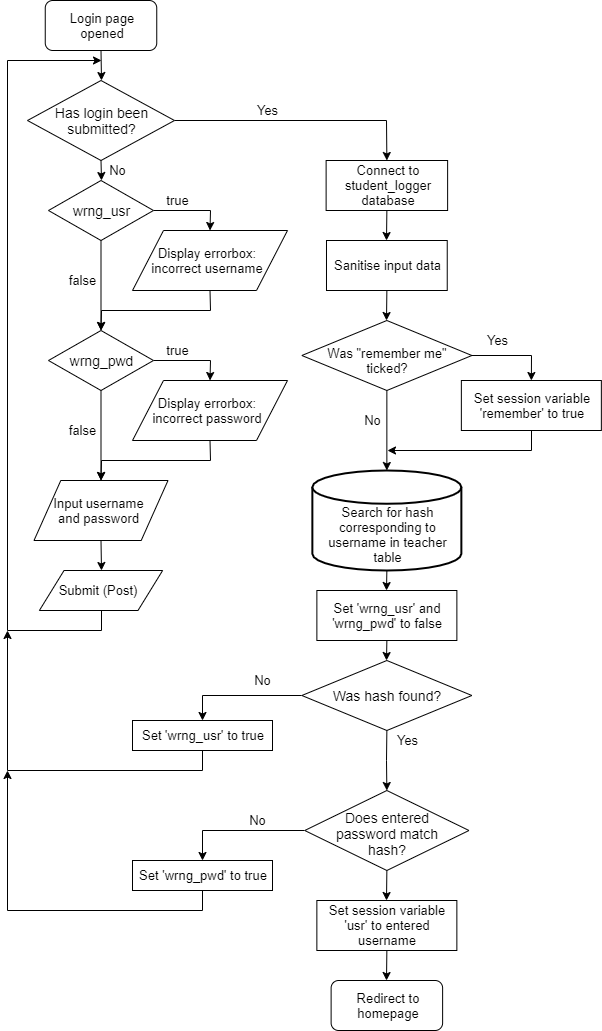
Before: diagrams/algorithms/images/Login Algorithm.png, a diagram exported from draw.io (SheriffEllis/StudentLogger). Source tidied: cells renumbered, new cells last; positions are measured from the earlier drawing's top-left corner, leaving out a move shared by most shapes.
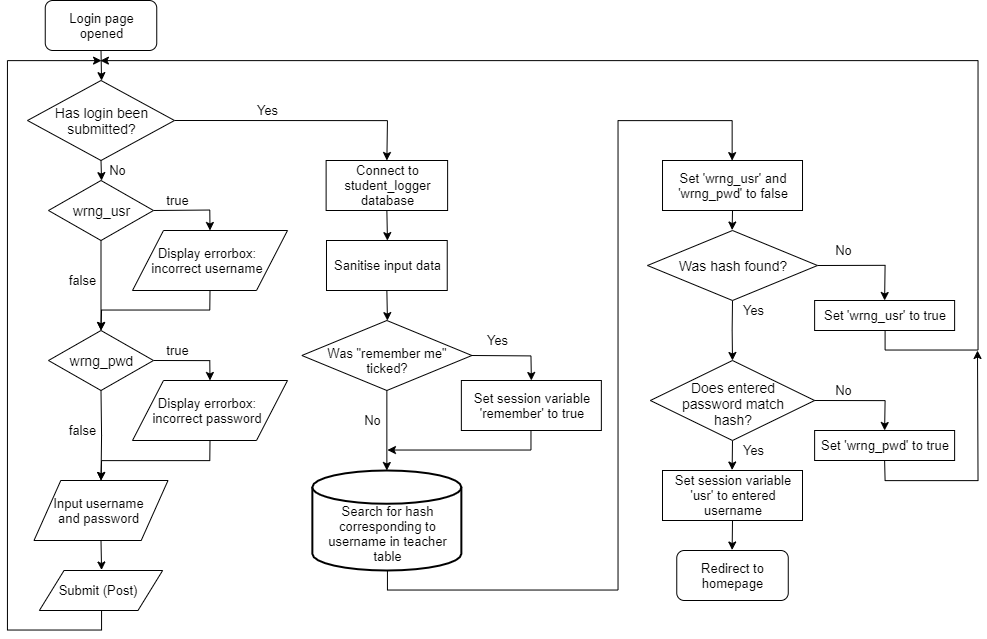
After the commit.

Commit message:
Adjusted login flowchart.

The edit, as a diff of the source:
```diff
@@ -55,8 +55,15 @@
     <mxCell id="17" value="Yes" style="text;html=1;align=center;verticalAlign=middle;fontSize=13;" parent="1" vertex="1">
       <mxGeometry x="470.1" y="330" width="40" height="20" as="geometry" />
     </mxCell>
-    <mxCell id="18" style="edgeStyle=orthogonalEdgeStyle;rounded=0;jettySize=auto;html=1;exitX=0.5;exitY=1;exitDx=0;exitDy=0;exitPerimeter=0;entryX=0.5;entryY=0;entryDx=0;entryDy=0;fontSize=13;" parent="1" edge="1" source="19" target="43">
-      <mxGeometry relative="1" as="geometry" />
+    <mxCell id="18" style="edgeStyle=orthogonalEdgeStyle;rounded=0;jettySize=auto;html=1;exitX=0.5;exitY=1;exitDx=0;exitDy=0;exitPerimeter=0;fontSize=13;entryX=0.5;entryY=0;entryDx=0;entryDy=0;" parent="1" edge="1" source="19" target="43">
+      <mxGeometry relative="1" as="geometry">
+        <Array as="points">
+          <mxPoint x="380" y="590" />
+          <mxPoint x="611" y="590" />
+          <mxPoint x="611" y="120" />
+          <mxPoint x="725" y="120" />
+        </Array>
+      </mxGeometry>
     </mxCell>
     <mxCell id="19" value="Search for hash corresponding to username in teacher table" style="strokeWidth=2;html=1;shape=mxgraph.flowchart.database;whiteSpace=wrap;fontSize=13;spacingTop=27;" parent="1" vertex="1">
       <mxGeometry x="304.9" y="470" width="149" height="100" as="geometry" />
@@ -64,57 +71,63 @@
     <mxCell id="20" style="edgeStyle=orthogonalEdgeStyle;rounded=0;jettySize=auto;html=1;exitX=0.5;exitY=1;exitDx=0;exitDy=0;entryX=0.5;entryY=0;entryDx=0;entryDy=0;fontSize=13;" parent="1" edge="1" source="22" target="29">
       <mxGeometry relative="1" as="geometry" />
     </mxCell>
-    <mxCell id="21" style="edgeStyle=orthogonalEdgeStyle;rounded=0;jettySize=auto;html=1;exitX=0;exitY=0.5;exitDx=0;exitDy=0;entryX=0.5;entryY=0;entryDx=0;entryDy=0;fontSize=13;" parent="1" edge="1" source="22" target="25">
+    <mxCell id="21" style="edgeStyle=orthogonalEdgeStyle;rounded=0;jettySize=auto;html=1;exitX=1;exitY=0.5;exitDx=0;exitDy=0;entryX=0.5;entryY=0;entryDx=0;entryDy=0;" parent="1" edge="1" source="22" target="25">
       <mxGeometry relative="1" as="geometry" />
     </mxCell>
     <mxCell id="22" value="Was hash found?" style="rhombus;whiteSpace=wrap;html=1;fontSize=14;spacingLeft=10;spacingRight=10;spacingTop=-1;" parent="1" vertex="1">
-      <mxGeometry x="294.4" y="660" width="170" height="70" as="geometry" />
+      <mxGeometry x="640" y="230" width="170" height="70" as="geometry" />
     </mxCell>
     <mxCell id="23" value="No" style="text;html=1;align=center;verticalAlign=middle;fontSize=13;" parent="1" vertex="1">
       <mxGeometry x="350.1" y="410" width="30" height="20" as="geometry" />
     </mxCell>
-    <mxCell id="24" style="edgeStyle=orthogonalEdgeStyle;rounded=0;jettySize=auto;html=1;exitX=0.5;exitY=1;exitDx=0;exitDy=0;fontSize=13;" parent="1" edge="1" source="25">
-      <mxGeometry relative="1" as="geometry">
-        <mxPoint y="630" as="targetPoint" />
-      </mxGeometry>
-    </mxCell>
+    <mxCell id="58" style="edgeStyle=orthogonalEdgeStyle;rounded=0;jettySize=auto;html=1;exitX=0.5;exitY=1;exitDx=0;exitDy=0;" parent="1" edge="1" source="25">
+      <mxGeometry relative="1" as="geometry">
+        <mxPoint x="93" y="60" as="targetPoint" />
+        <Array as="points">
+          <mxPoint x="878" y="350" />
+          <mxPoint x="971" y="350" />
+          <mxPoint x="971" y="60" />
+          <mxPoint x="94" y="60" />
+        </Array>
+      </mxGeometry>
+    </mxCell>
     <mxCell id="25" value="Set 'wrng_usr' to true" style="rounded=0;whiteSpace=wrap;html=1;fontSize=13;spacing=2;spacingTop=4;spacingBottom=4;spacingLeft=4;spacingRight=4;" parent="1" vertex="1">
-      <mxGeometry x="125" y="720" width="140" height="30" as="geometry" />
+      <mxGeometry x="807.1" y="300" width="140" height="30" as="geometry" />
     </mxCell>
     <mxCell id="26" value="No" style="text;html=1;align=center;verticalAlign=middle;fontSize=13;" parent="1" vertex="1">
-      <mxGeometry x="240" y="670" width="30" height="20" as="geometry" />
+      <mxGeometry x="820.6" y="240" width="30" height="20" as="geometry" />
     </mxCell>
     <mxCell id="27" style="edgeStyle=orthogonalEdgeStyle;rounded=0;jettySize=auto;html=1;exitX=0.5;exitY=1;exitDx=0;exitDy=0;entryX=0.5;entryY=0;entryDx=0;entryDy=0;fontSize=13;" parent="1" edge="1" source="29" target="35">
       <mxGeometry relative="1" as="geometry" />
     </mxCell>
-    <mxCell id="28" style="edgeStyle=orthogonalEdgeStyle;rounded=0;jettySize=auto;html=1;exitX=0;exitY=0.5;exitDx=0;exitDy=0;entryX=0.5;entryY=0;entryDx=0;entryDy=0;fontSize=13;" parent="1" edge="1" source="29" target="32">
+    <mxCell id="28" style="edgeStyle=orthogonalEdgeStyle;rounded=0;jettySize=auto;html=1;exitX=1;exitY=0.5;exitDx=0;exitDy=0;entryX=0.5;entryY=0;entryDx=0;entryDy=0;" parent="1" edge="1" source="29" target="32">
       <mxGeometry relative="1" as="geometry" />
     </mxCell>
     <mxCell id="29" value="Does entered password match hash?" style="rhombus;whiteSpace=wrap;html=1;fontSize=14;spacingLeft=10;spacingRight=10;spacingTop=6;" parent="1" vertex="1">
-      <mxGeometry x="297.2" y="790" width="164.2" height="80" as="geometry" />
+      <mxGeometry x="642.9" y="360" width="164.2" height="80" as="geometry" />
     </mxCell>
     <mxCell id="30" value="Yes" style="text;html=1;align=center;verticalAlign=middle;fontSize=13;" parent="1" vertex="1">
-      <mxGeometry x="380.1" y="730" width="40" height="20" as="geometry" />
+      <mxGeometry x="725.8" y="300" width="40" height="20" as="geometry" />
     </mxCell>
-    <mxCell id="31" style="edgeStyle=orthogonalEdgeStyle;rounded=0;jettySize=auto;html=1;exitX=0.5;exitY=1;exitDx=0;exitDy=0;fontSize=13;" parent="1" edge="1" source="32">
-      <mxGeometry relative="1" as="geometry">
-        <mxPoint y="770" as="targetPoint" />
-      </mxGeometry>
-    </mxCell>
+    <mxCell id="59" style="edgeStyle=orthogonalEdgeStyle;rounded=0;jettySize=auto;html=1;exitX=0.5;exitY=1;exitDx=0;exitDy=0;" parent="1" edge="1" source="32">
+      <mxGeometry relative="1" as="geometry">
+        <mxPoint x="970" y="350" as="targetPoint" />
+      </mxGeometry>
+    </mxCell>
     <mxCell id="32" value="Set 'wrng_pwd' to true" style="rounded=0;whiteSpace=wrap;html=1;fontSize=13;spacing=2;spacingTop=4;spacingBottom=4;spacingLeft=4;spacingRight=4;" parent="1" vertex="1">
-      <mxGeometry x="125" y="860" width="140" height="30" as="geometry" />
+      <mxGeometry x="807.1" y="430" width="140" height="30" as="geometry" />
     </mxCell>
     <mxCell id="33" value="No" style="text;html=1;align=center;verticalAlign=middle;fontSize=13;" parent="1" vertex="1">
-      <mxGeometry x="235" y="810" width="30" height="20" as="geometry" />
+      <mxGeometry x="820.6" y="380" width="30" height="20" as="geometry" />
     </mxCell>
     <mxCell id="34" style="edgeStyle=orthogonalEdgeStyle;rounded=0;jettySize=auto;html=1;exitX=0.5;exitY=1;exitDx=0;exitDy=0;entryX=0.5;entryY=0;entryDx=0;entryDy=0;fontSize=13;" parent="1" edge="1" source="35" target="36">
       <mxGeometry relative="1" as="geometry" />
     </mxCell>
     <mxCell id="35" value="Set session variable 'usr' to entered username" style="rounded=0;whiteSpace=wrap;html=1;fontSize=13;spacing=2;spacingTop=4;spacingBottom=4;spacingLeft=4;spacingRight=4;" parent="1" vertex="1">
-      <mxGeometry x="309.4" y="900" width="140" height="50" as="geometry" />
+      <mxGeometry x="655" y="470" width="140" height="50" as="geometry" />
     </mxCell>
     <mxCell id="36" value="Redirect to homepage" style="rounded=1;whiteSpace=wrap;html=1;fontSize=13;" parent="1" vertex="1">
-      <mxGeometry x="323.6" y="980" width="111.5" height="50" as="geometry" />
+      <mxGeometry x="669.3" y="550" width="111.5" height="50" as="geometry" />
     </mxCell>
     <mxCell id="37" style="edgeStyle=orthogonalEdgeStyle;rounded=0;jettySize=auto;html=1;exitX=1;exitY=0.5;exitDx=0;exitDy=0;entryX=0.5;entryY=0;entryDx=0;entryDy=0;fontSize=13;" parent="1" edge="1" source="39" target="41">
       <mxGeometry relative="1" as="geometry" />
@@ -135,7 +148,7 @@
       <mxGeometry relative="1" as="geometry" />
     </mxCell>
     <mxCell id="43" value="Set 'wrng_usr' and 'wrng_pwd' to false" style="rounded=0;whiteSpace=wrap;html=1;fontSize=13;spacing=2;spacingTop=4;spacingBottom=4;spacingLeft=4;spacingRight=4;" parent="1" vertex="1">
-      <mxGeometry x="309.4" y="590" width="140" height="50" as="geometry" />
+      <mxGeometry x="655" y="160" width="140" height="50" as="geometry" />
     </mxCell>
     <mxCell id="44" value="true" style="text;html=1;align=center;verticalAlign=middle;fontSize=13;" parent="1" vertex="1">
       <mxGeometry x="150" y="190" width="40" height="20" as="geometry" />
@@ -186,5 +199,8 @@
     <mxCell id="57" value="Submit (Post)" style="shape=parallelogram;perimeter=parallelogramPerimeter;whiteSpace=wrap;html=1;fontSize=13;spacingRight=19;spacingLeft=12;" parent="1" vertex="1">
       <mxGeometry x="31.9" y="570" width="123.2" height="40" as="geometry" />
     </mxCell>
+    <mxCell id="60" value="Yes" style="text;html=1;align=center;verticalAlign=middle;fontSize=13;" parent="1" vertex="1">
+      <mxGeometry x="725.8" y="440" width="40" height="20" as="geometry" />
+    </mxCell>
   </root>
 </mxGraphModel>
```
